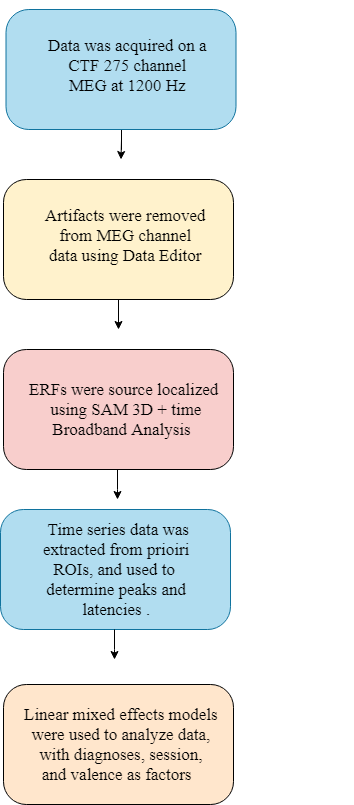
Above: Methods_Flowchart.png in linneasf/jupyter (draw.io), before the change. Source tidied: cells renumbered, new cells last; positions are measured from the earlier drawing's top-left corner, leaving out a move shared by most shapes.
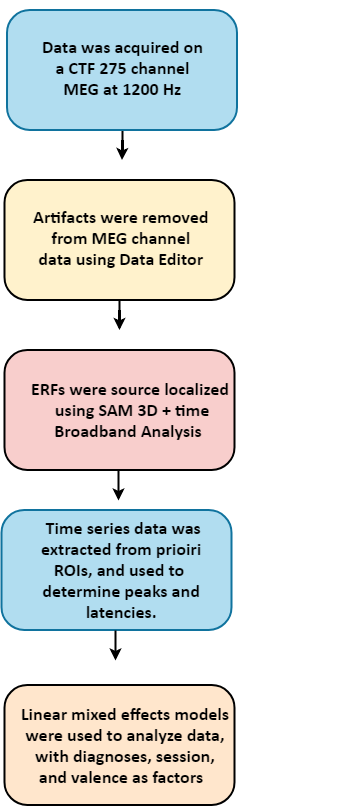
After the change.

Change to the diagram source:
```diff
@@ -8,56 +8,56 @@
     <mxCell id="3" style="group;" parent="2" vertex="1">
       <mxGeometry x="3" y="675" width="245" height="120" as="geometry" />
     </mxCell>
-    <mxCell id="4" style="rounded=1;fillColor=#ffe6cc;strokeColor=#000000;arcSize=19;whiteSpace=wrap;html=1;" parent="3" vertex="1">
+    <mxCell id="4" style="rounded=1;fillColor=#ffe6cc;strokeColor=#000000;arcSize=19;whiteSpace=wrap;html=1;strokeWidth=2;" parent="3" vertex="1">
       <mxGeometry width="230" height="120" as="geometry" />
     </mxCell>
-    <mxCell id="5" value="&lt;span style=&quot;font-size: 17px&quot;&gt;Linear mixed effects models &lt;br&gt;were used to analyze data, &lt;br&gt;with diagnoses, session, &lt;br&gt;and valence as factors&amp;nbsp; &amp;nbsp;&lt;/span&gt;" style="text;html=1;align=center;verticalAlign=middle;fillColor=none;strokeColor=none;rounded=0;fontFamily=Maple;" parent="3" vertex="1">
-      <mxGeometry x="15" y="25" width="210" height="70" as="geometry" />
+    <mxCell id="5" value="&lt;span style=&quot;font-size: 17px&quot;&gt;&lt;font face=&quot;calibri&quot; style=&quot;font-size: 18px&quot;&gt;&lt;b&gt;Linear mixed effects models &lt;br&gt;were used to analyze data, &lt;br&gt;with diagnoses, session, &lt;br&gt;and valence as factors&amp;nbsp;&lt;/b&gt; &amp;nbsp;&lt;/font&gt;&lt;/span&gt;" style="text;html=1;align=center;verticalAlign=middle;fillColor=none;strokeColor=none;rounded=0;fontFamily=Maple;" parent="3" vertex="1">
+      <mxGeometry x="7.5" y="25" width="230" height="70" as="geometry" />
     </mxCell>
     <mxCell id="6" style="group;" parent="2" vertex="1">
       <mxGeometry x="3" y="170" width="230" height="150" as="geometry" />
     </mxCell>
-    <mxCell id="7" style="edgeStyle=orthogonalEdgeStyle;rounded=0;jettySize=auto;html=1;" parent="6" edge="1" source="9">
+    <mxCell id="7" style="edgeStyle=orthogonalEdgeStyle;rounded=0;jettySize=auto;html=1;strokeWidth=2;" parent="6" edge="1" source="9">
       <mxGeometry relative="1" as="geometry">
         <mxPoint x="115" y="150" as="targetPoint" />
       </mxGeometry>
     </mxCell>
-    <mxCell id="8" style="group;" parent="6" vertex="1">
-      <mxGeometry width="230" height="120" as="geometry" />
+    <mxCell id="8" style="group;strokeWidth=3;" parent="6" vertex="1">
+      <mxGeometry width="228" height="120" as="geometry" />
     </mxCell>
-    <mxCell id="9" style="rounded=1;fillColor=#fff2cc;strokeColor=#000000;arcSize=19;whiteSpace=wrap;html=1;" parent="8" vertex="1">
+    <mxCell id="9" style="rounded=1;fillColor=#fff2cc;strokeColor=#000000;arcSize=19;whiteSpace=wrap;html=1;strokeWidth=2;" parent="8" vertex="1">
       <mxGeometry width="230" height="120" as="geometry" />
     </mxCell>
-    <mxCell id="10" value="&lt;div style=&quot;text-align: center&quot;&gt;&lt;span style=&quot;font-size: 17px ; font-family: &amp;#34;maple&amp;#34;&quot;&gt;Artifacts were removed&lt;/span&gt;&lt;/div&gt;&lt;div style=&quot;text-align: center&quot;&gt;&lt;span style=&quot;font-size: 17px ; font-family: &amp;#34;maple&amp;#34;&quot;&gt;&amp;nbsp;from&amp;nbsp;&lt;/span&gt;&lt;span style=&quot;font-size: 17px ; font-family: &amp;#34;maple&amp;#34;&quot;&gt;MEG&amp;nbsp;&lt;/span&gt;&lt;span style=&quot;font-family: &amp;#34;maple&amp;#34; ; font-size: 17px&quot;&gt;channel&amp;nbsp;&lt;/span&gt;&lt;/div&gt;&lt;div style=&quot;text-align: center&quot;&gt;&lt;span style=&quot;font-family: &amp;#34;maple&amp;#34; ; font-size: 17px&quot;&gt;data&amp;nbsp;&lt;/span&gt;&lt;span style=&quot;font-size: 17px ; font-family: &amp;#34;maple&amp;#34;&quot;&gt;using&amp;nbsp;&lt;/span&gt;&lt;span style=&quot;font-size: 17px ; font-family: &amp;#34;maple&amp;#34;&quot;&gt;Data Editor&lt;/span&gt;&lt;/div&gt;" style="text;html=1;" parent="8" vertex="1">
-      <mxGeometry x="40" y="20" width="160" height="65" as="geometry" />
+    <mxCell id="10" value="&lt;div style=&quot;text-align: center ; font-size: 18px&quot;&gt;&lt;font face=&quot;calibri&quot; style=&quot;font-size: 18px&quot;&gt;&lt;b&gt;Artifacts were removed&lt;/b&gt;&lt;/font&gt;&lt;/div&gt;&lt;div style=&quot;text-align: center ; font-size: 18px&quot;&gt;&lt;font face=&quot;calibri&quot; style=&quot;font-size: 18px&quot;&gt;&lt;b&gt;&amp;nbsp;from&amp;nbsp;MEG&amp;nbsp;channel&amp;nbsp;&lt;/b&gt;&lt;/font&gt;&lt;/div&gt;&lt;div style=&quot;text-align: center ; font-size: 18px&quot;&gt;&lt;font face=&quot;calibri&quot; style=&quot;font-size: 18px&quot;&gt;&lt;b&gt;data&amp;nbsp;using&amp;nbsp;Data Editor&lt;/b&gt;&lt;/font&gt;&lt;/div&gt;" style="text;html=1;" parent="8" vertex="1">
+      <mxGeometry x="27" y="20" width="155" height="65" as="geometry" />
     </mxCell>
     <mxCell id="11" style="group;" parent="2" vertex="1">
       <mxGeometry x="5.5" width="230" height="150" as="geometry" />
     </mxCell>
-    <mxCell id="12" style="edgeStyle=orthogonalEdgeStyle;rounded=0;jettySize=auto;html=1;" parent="11" edge="1" source="13">
+    <mxCell id="12" style="edgeStyle=orthogonalEdgeStyle;rounded=0;jettySize=auto;html=1;strokeWidth=2;" parent="11" edge="1" source="13">
       <mxGeometry relative="1" as="geometry">
         <mxPoint x="115" y="150" as="targetPoint" />
       </mxGeometry>
     </mxCell>
-    <mxCell id="13" value="&lt;br&gt;&lt;br&gt;&lt;br&gt;&lt;br&gt;&lt;br&gt;&lt;br&gt;&lt;br&gt;&lt;br&gt;&lt;br&gt;&lt;br&gt;" style="rounded=1;fillColor=#b1ddf0;strokeColor=#10739e;arcSize=19;whiteSpace=wrap;html=1;" parent="11" vertex="1">
+    <mxCell id="13" value="&lt;br&gt;&lt;br&gt;&lt;br&gt;&lt;br&gt;&lt;br&gt;&lt;br&gt;&lt;br&gt;&lt;br&gt;&lt;br&gt;&lt;br&gt;" style="rounded=1;fillColor=#b1ddf0;strokeColor=#10739e;arcSize=19;whiteSpace=wrap;html=1;strokeWidth=2;" parent="11" vertex="1">
       <mxGeometry width="230" height="120" as="geometry" />
     </mxCell>
-    <mxCell id="14" value="&lt;div style=&quot;text-align: center&quot;&gt;&lt;font face=&quot;maple&quot;&gt;&lt;span style=&quot;font-size: 17px&quot;&gt;Data was acquired on a&amp;nbsp;&lt;/span&gt;&lt;/font&gt;&lt;/div&gt;&lt;div style=&quot;text-align: center&quot;&gt;&lt;font face=&quot;maple&quot;&gt;&lt;span style=&quot;font-size: 17px&quot;&gt;CTF 275 channel&amp;nbsp;&lt;/span&gt;&lt;/font&gt;&lt;/div&gt;&lt;div style=&quot;text-align: center&quot;&gt;&lt;font face=&quot;maple&quot;&gt;&lt;span style=&quot;font-size: 17px&quot;&gt;MEG at 1200 Hz&amp;nbsp;&lt;/span&gt;&lt;/font&gt;&lt;/div&gt;" style="text;html=1;" parent="11" vertex="1">
-      <mxGeometry x="40" y="20" width="160" height="65" as="geometry" />
+    <mxCell id="14" value="&lt;div style=&quot;text-align: center ; font-size: 18px&quot;&gt;&lt;font style=&quot;font-size: 18px&quot;&gt;&lt;b&gt;Data was acquired on&amp;nbsp;&lt;/b&gt;&lt;/font&gt;&lt;/div&gt;&lt;div style=&quot;text-align: center ; font-size: 18px&quot;&gt;&lt;b&gt;&lt;font style=&quot;font-size: 18px&quot;&gt;&lt;font style=&quot;font-size: 18px&quot;&gt;a&amp;nbsp;&lt;/font&gt;CTF 275 channel&amp;nbsp;&lt;/font&gt;&lt;/b&gt;&lt;/div&gt;&lt;div style=&quot;text-align: center ; font-size: 18px&quot;&gt;&lt;b&gt;&lt;font style=&quot;font-size: 18px&quot;&gt;&lt;font style=&quot;font-size: 18px&quot;&gt;MEG at 1200 Hz&lt;/font&gt;&lt;font face=&quot;maple&quot; style=&quot;font-size: 18px&quot;&gt;&amp;nbsp;&lt;/font&gt;&lt;/font&gt;&lt;/b&gt;&lt;/div&gt;" style="text;html=1;fontFamily=calibri;" parent="11" vertex="1">
+      <mxGeometry x="33" y="20" width="167" height="68" as="geometry" />
     </mxCell>
     <mxCell id="15" style="group;" parent="2" vertex="1">
-      <mxGeometry x="3" y="340" width="235" height="140" as="geometry" />
+      <mxGeometry x="3" y="340" width="237.5" height="140" as="geometry" />
     </mxCell>
     <mxCell id="16" style="group;" parent="15" vertex="1">
-      <mxGeometry width="235" height="120" as="geometry" />
+      <mxGeometry width="237.5" height="120" as="geometry" />
     </mxCell>
-    <mxCell id="17" style="rounded=1;fillColor=#f8cecc;strokeColor=#000000;arcSize=19;whiteSpace=wrap;html=1;" parent="16" vertex="1">
+    <mxCell id="17" style="rounded=1;fillColor=#f8cecc;strokeColor=#000000;arcSize=19;whiteSpace=wrap;html=1;strokeWidth=2;" parent="16" vertex="1">
       <mxGeometry width="230" height="120" as="geometry" />
     </mxCell>
-    <mxCell id="18" value="&lt;font style=&quot;font-size: 17px&quot;&gt;ERFs were source localized &lt;br&gt;using SAM 3D + time&lt;br&gt;Broadband Analysis&lt;font face=&quot;Garamond&quot; style=&quot;font-size: 17px&quot;&gt;&amp;nbsp;&amp;nbsp;&lt;/font&gt;&lt;/font&gt;" style="text;html=1;align=center;verticalAlign=middle;fillColor=none;strokeColor=none;rounded=0;fontFamily=Maple;" parent="16" vertex="1">
-      <mxGeometry x="17.5" y="35" width="210" height="50" as="geometry" />
+    <mxCell id="18" value="&lt;font style=&quot;font-size: 18px&quot; face=&quot;calibri&quot;&gt;&lt;b&gt;ERFs were source localized &lt;br&gt;using SAM 3D + time&lt;br&gt;Broadband Analysis&lt;font style=&quot;font-size: 18px&quot;&gt;&amp;nbsp;&amp;nbsp;&lt;/font&gt;&lt;/b&gt;&lt;/font&gt;" style="text;html=1;align=center;verticalAlign=middle;fillColor=none;strokeColor=none;rounded=0;fontFamily=Maple;" parent="16" vertex="1">
+      <mxGeometry x="17.5" y="35" width="220" height="50" as="geometry" />
     </mxCell>
-    <mxCell id="19" style="edgeStyle=orthogonalEdgeStyle;rounded=0;orthogonalLoop=1;jettySize=auto;html=1;" parent="15" edge="1">
+    <mxCell id="19" style="edgeStyle=orthogonalEdgeStyle;rounded=0;orthogonalLoop=1;jettySize=auto;html=1;strokeWidth=2;" parent="15" edge="1">
       <mxGeometry relative="1" as="geometry">
         <mxPoint x="114" y="120" as="sourcePoint" />
         <mxPoint x="114" y="150" as="targetPoint" />
@@ -70,13 +70,13 @@
     <mxCell id="20" style="group;fillColor=none;strokeColor=none;" parent="2" vertex="1">
       <mxGeometry y="500" width="353" height="120" as="geometry" />
     </mxCell>
-    <mxCell id="21" style="rounded=1;fillColor=#b1ddf0;strokeColor=#10739e;arcSize=19;whiteSpace=wrap;html=1;" parent="20" vertex="1">
+    <mxCell id="21" style="rounded=1;fillColor=#b1ddf0;strokeColor=#10739e;arcSize=19;whiteSpace=wrap;html=1;strokeWidth=2;" parent="20" vertex="1">
       <mxGeometry width="230" height="120" as="geometry" />
     </mxCell>
-    <mxCell id="22" value="&lt;font style=&quot;font-size: 17px&quot;&gt;&amp;nbsp;Time series data was &lt;br&gt;extracted from prioiri &lt;br&gt;ROIs, and used to&amp;nbsp;&amp;nbsp;&lt;br&gt;determine peaks and &lt;br&gt;latencies .&amp;nbsp;&lt;/font&gt;" style="text;html=1;align=center;verticalAlign=middle;fillColor=none;strokeColor=none;rounded=0;fontFamily=mapel;" parent="20" vertex="1">
-      <mxGeometry x="33" y="20" width="170" height="80" as="geometry" />
+    <mxCell id="22" value="&lt;font style=&quot;font-size: 18px&quot; face=&quot;calibri&quot;&gt;&lt;b&gt;&amp;nbsp;Time series data was &lt;br&gt;extracted from prioiri &lt;br&gt;ROIs, and used to&amp;nbsp;&amp;nbsp;&lt;br&gt;determine peaks and &lt;br&gt;latencies.&amp;nbsp;&lt;/b&gt;&lt;/font&gt;" style="text;html=1;align=center;verticalAlign=middle;fillColor=none;strokeColor=none;rounded=0;fontFamily=mapel;" parent="20" vertex="1">
+      <mxGeometry x="32" y="15" width="180" height="90" as="geometry" />
     </mxCell>
-    <mxCell id="23" style="edgeStyle=orthogonalEdgeStyle;rounded=0;orthogonalLoop=1;jettySize=auto;html=1;" parent="2" edge="1">
+    <mxCell id="23" style="edgeStyle=orthogonalEdgeStyle;rounded=0;orthogonalLoop=1;jettySize=auto;html=1;strokeWidth=2;" parent="2" edge="1">
       <mxGeometry relative="1" as="geometry">
         <mxPoint x="114" y="620" as="sourcePoint" />
         <mxPoint x="114" y="650" as="targetPoint" />
```
